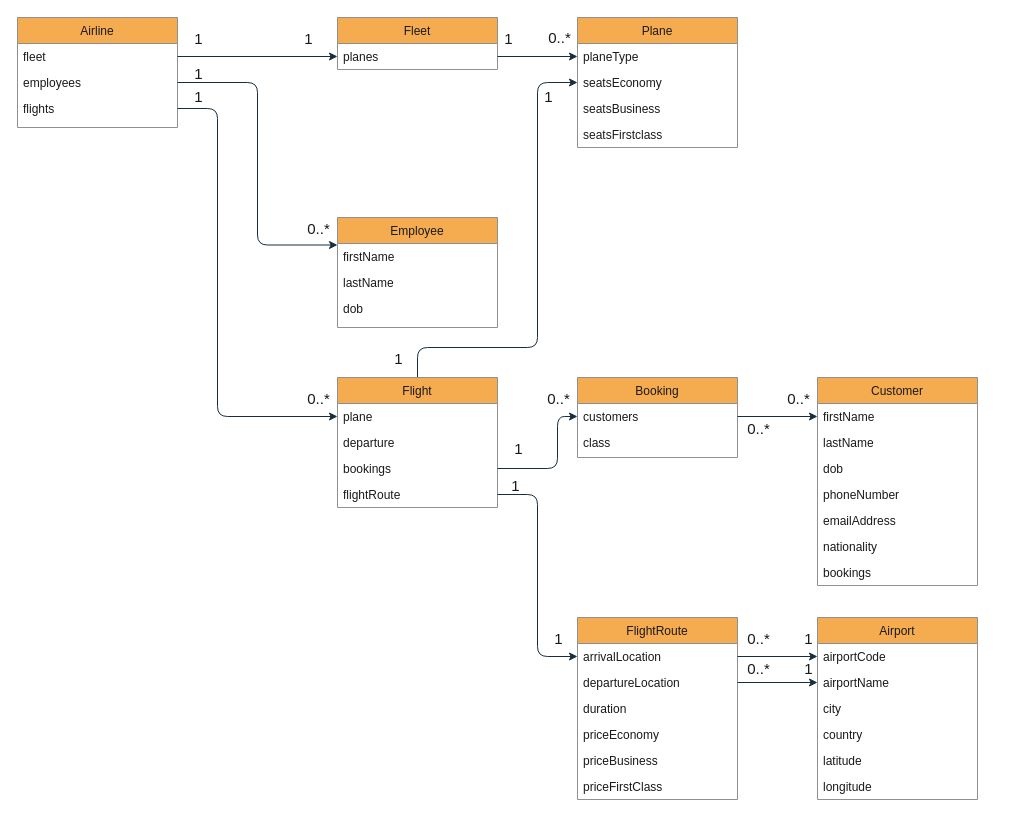
This is docs/classdiagramAirline.drawio from huict/prbed-2122-v2c-teamdit, a draw.io file, before an edit. Source tidied: cells renumbered, new cells numbered last; positions are measured from the earlier drawing's top-left corner, leaving out a move shared by most shapes. Both pictures are drawn from the tidied source at 100%, with x=0, y=0 at pixel (17, 17).
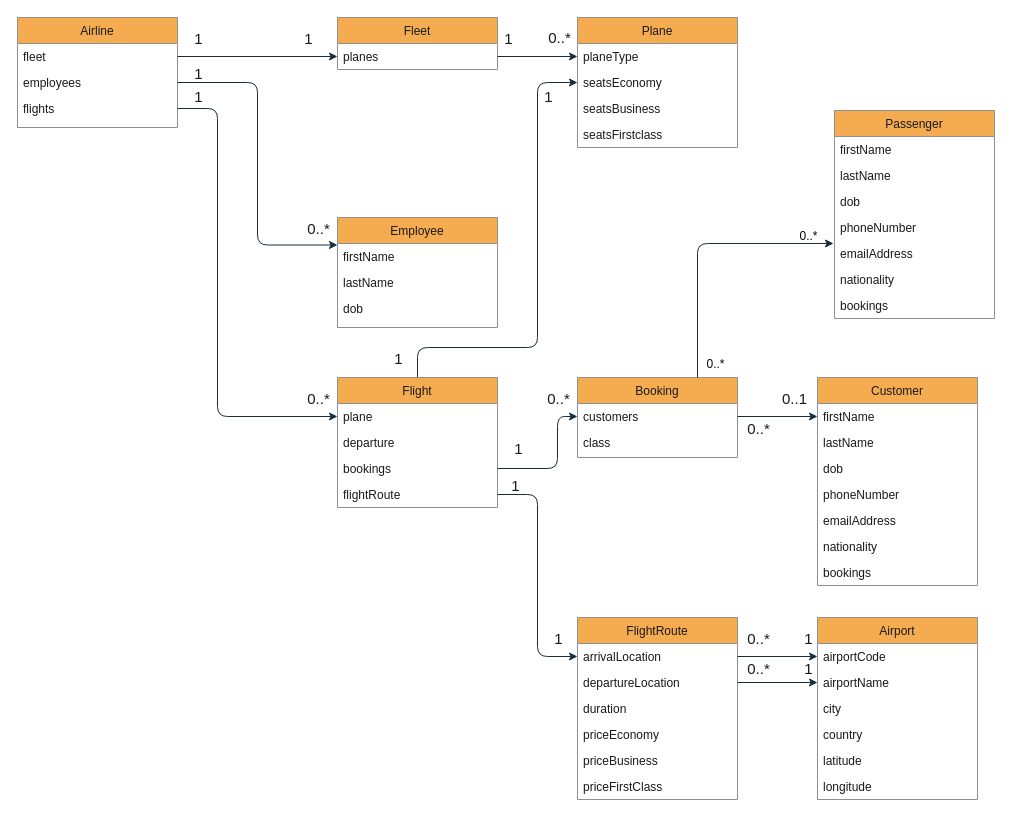
After the change.

Commit message (it also covers changes not shown here):
added passengangers to model

Unchanged cells that the change refers to:
```xml
<mxCell id="17" value="Booking" style="swimlane;fontStyle=0;align=center;verticalAlign=top;horizontal=1;startSize=26;shadow=0;strokeWidth=1;fillColor=#F5AB50;strokeColor=#909090;fontColor=#1A1A1A;" parent="1" vertex="1">
  <mxGeometry x="560" y="360" width="160" height="80" as="geometry" />
</mxCell>
```

What changed in the source:
```diff
@@
-    <mxCell id="76" value="0..*" style="edgeLabel;html=1;align=center;verticalAlign=middle;fontSize=15;labelBackgroundColor=none;fontColor=#1A1A1A;" parent="1" vertex="1">
-      <mxGeometry x="780" y="380" as="geometry" />
+    <mxCell id="76" value="0..1" style="edgeLabel;html=1;align=center;verticalAlign=middle;fontSize=15;labelBackgroundColor=none;fontColor=#1A1A1A;" parent="1" vertex="1">
+      <mxGeometry x="780" y="380" as="geometry">
+        <mxPoint x="-4" as="offset" />
+      </mxGeometry>
     </mxCell>
+    <mxCell id="77" value="Passenger" style="swimlane;fontStyle=0;align=center;verticalAlign=top;horizontal=1;startSize=26;shadow=0;strokeWidth=1;fillColor=#F5AB50;strokeColor=#909090;fontColor=#1A1A1A;" parent="1" vertex="1">
+      <mxGeometry x="817" y="93" width="160" height="208" as="geometry" />
+    </mxCell>
+    <mxCell id="78" value="firstName" style="text;align=left;verticalAlign=top;spacingLeft=4;spacingRight=4;overflow=hidden;fontColor=#1A1A1A;" parent="77" vertex="1">
+      <mxGeometry y="26" width="160" height="26" as="geometry" />
+    </mxCell>
+    <mxCell id="79" value="lastName" style="text;align=left;verticalAlign=top;spacingLeft=4;spacingRight=4;overflow=hidden;fontColor=#1A1A1A;" parent="77" vertex="1">
+      <mxGeometry y="52" width="160" height="26" as="geometry" />
+    </mxCell>
+    <mxCell id="80" value="dob" style="text;align=left;verticalAlign=top;spacingLeft=4;spacingRight=4;overflow=hidden;fontColor=#1A1A1A;" parent="77" vertex="1">
+      <mxGeometry y="78" width="160" height="26" as="geometry" />
+    </mxCell>
+    <mxCell id="81" value="phoneNumber" style="text;align=left;verticalAlign=top;spacingLeft=4;spacingRight=4;overflow=hidden;fontColor=#1A1A1A;" parent="77" vertex="1">
+      <mxGeometry y="104" width="160" height="26" as="geometry" />
+    </mxCell>
+    <mxCell id="82" value="emailAddress" style="text;align=left;verticalAlign=top;spacingLeft=4;spacingRight=4;overflow=hidden;points=[[0,0.5],[1,0.5]];portConstraint=eastwest;fontColor=#1A1A1A;" parent="77" vertex="1">
+      <mxGeometry y="130" width="160" height="26" as="geometry" />
+    </mxCell>
+    <mxCell id="83" value="nationality" style="text;align=left;verticalAlign=top;spacingLeft=4;spacingRight=4;overflow=hidden;fontColor=#1A1A1A;" parent="77" vertex="1">
+      <mxGeometry y="156" width="160" height="26" as="geometry" />
+    </mxCell>
+    <mxCell id="84" value="bookings" style="text;align=left;verticalAlign=top;spacingLeft=4;spacingRight=4;overflow=hidden;fontColor=#1A1A1A;" parent="77" vertex="1">
+      <mxGeometry y="182" width="160" height="26" as="geometry" />
+    </mxCell>
+    <mxCell id="85" style="edgeStyle=orthogonalEdgeStyle;jettySize=auto;html=1;entryX=-0.006;entryY=0.115;entryDx=0;entryDy=0;fontSize=15;strokeColor=#182E3E;fontColor=#1A1A1A;labelBackgroundColor=#EEEEEE;exitX=0.75;exitY=0;exitDx=0;exitDy=0;entryPerimeter=0;" parent="1" edge="1" source="17" target="82">
+      <mxGeometry relative="1" as="geometry" />
+    </mxCell>
+    <mxCell id="86" value="&lt;font color=&quot;#080808&quot;&gt;0..*&lt;/font&gt;" style="text;html=1;align=center;verticalAlign=middle;strokeColor=none;" parent="1" vertex="1">
+      <mxGeometry x="777" y="210" width="28" height="18" as="geometry" />
+    </mxCell>
+    <mxCell id="87" value="&lt;font color=&quot;#080808&quot;&gt;0..*&lt;/font&gt;" style="text;html=1;align=center;verticalAlign=middle;strokeColor=none;" parent="1" vertex="1">
+      <mxGeometry x="684" y="338" width="28" height="18" as="geometry" />
+    </mxCell>
```
